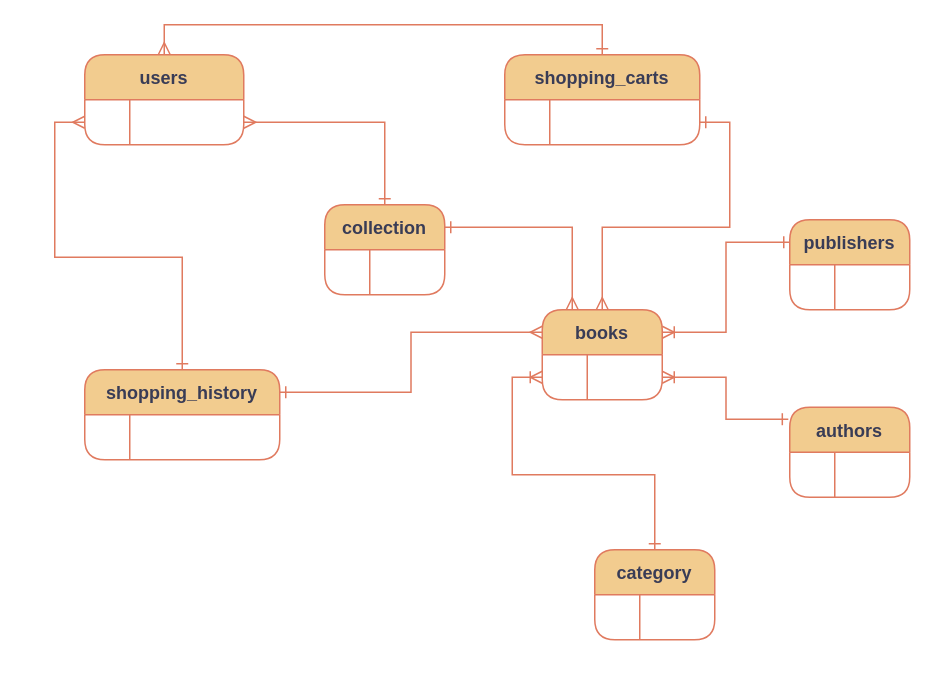
This is mysql/ERDiagram/concepts.drawio from lzh594/DBSEC2023-Lab3, a draw.io file, before an edit. Source tidied: cells renumbered, new cells numbered last; positions are measured from the earlier drawing's top-left corner, leaving out a move shared by most shapes. Both pictures are drawn from the tidied source at 150%, with x=0, y=0 at pixel (84, 54).
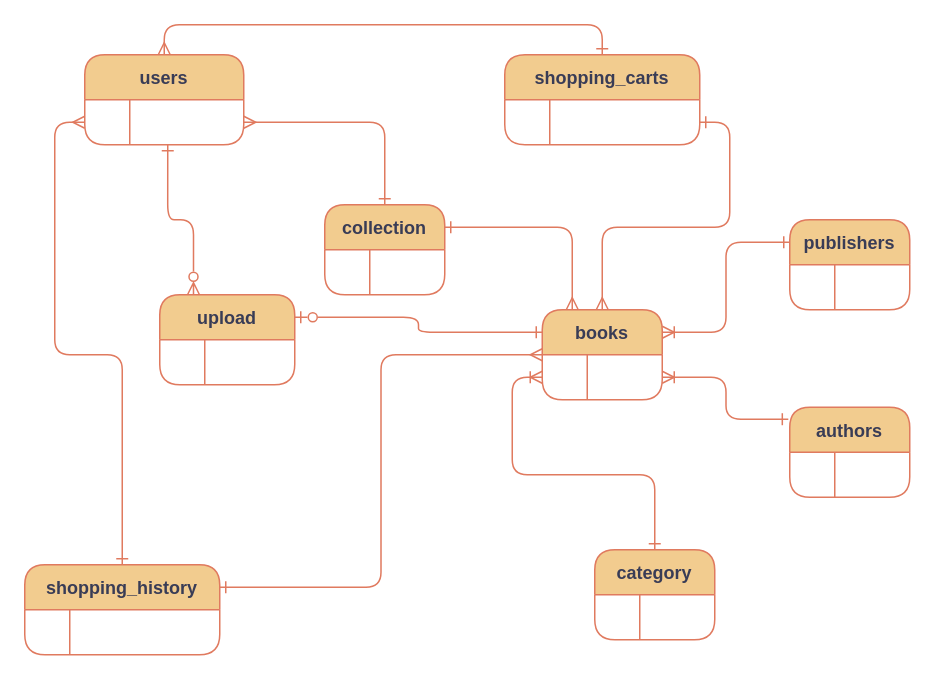
The same diagram, later.

The change refers to these unchanged cells:
```xml
<mxCell id="3" value="users" style="shape=table;startSize=30;childLayout=tableLayout;rowLines=0;fontStyle=1;align=center;labelBackgroundColor=none;fillColor=#F2CC8F;strokeColor=#E07A5F;fontColor=#393C56;rounded=1;" parent="1" vertex="1">
  <mxGeometry width="106" height="60" as="geometry" />
</mxCell>
<mxCell id="4" style="shape=tableRow;horizontal=0;startSize=0;swimlaneHead=0;swimlaneBody=0;fillColor=none;points=[[0,0.5],[1,0.5]];portConstraint=eastwest;strokeColor=#E07A5F;top=0;left=0;right=0;bottom=0;labelBackgroundColor=none;fontColor=#393C56;rounded=1;" parent="3" vertex="1">
  <mxGeometry y="30" width="106" height="30" as="geometry" />
</mxCell>
<mxCell id="7" value="shopping_carts" style="shape=table;startSize=30;childLayout=tableLayout;rowLines=0;fontStyle=1;align=center;labelBackgroundColor=none;fillColor=#F2CC8F;strokeColor=#E07A5F;fontColor=#393C56;rounded=1;" parent="1" vertex="1">
  <mxGeometry x="280" width="130" height="60" as="geometry" />
</mxCell>
<mxCell id="8" style="shape=tableRow;horizontal=0;startSize=0;swimlaneHead=0;swimlaneBody=0;fillColor=none;points=[[0,0.5],[1,0.5]];portConstraint=eastwest;strokeColor=#E07A5F;top=0;left=0;right=0;bottom=0;labelBackgroundColor=none;fontColor=#393C56;rounded=1;" parent="7" vertex="1">
  <mxGeometry y="30" width="130" height="30" as="geometry" />
</mxCell>
<mxCell id="12" value="books" style="shape=table;startSize=30;childLayout=tableLayout;rowLines=0;fontStyle=1;align=center;labelBackgroundColor=none;fillColor=#F2CC8F;strokeColor=#E07A5F;fontColor=#393C56;rounded=1;" parent="1" vertex="1">
  <mxGeometry x="305" y="170" width="80" height="60" as="geometry" />
</mxCell>
<mxCell id="13" style="shape=tableRow;horizontal=0;startSize=0;swimlaneHead=0;swimlaneBody=0;fillColor=none;points=[[0,0.5],[1,0.5]];portConstraint=eastwest;strokeColor=#E07A5F;top=0;left=0;right=0;bottom=0;labelBackgroundColor=none;fontColor=#393C56;rounded=1;" parent="12" vertex="1">
  <mxGeometry y="30" width="80" height="30" as="geometry" />
</mxCell>
<mxCell id="16" value="authors" style="shape=table;startSize=30;childLayout=tableLayout;rowLines=0;fontStyle=1;align=center;labelBackgroundColor=none;fillColor=#F2CC8F;strokeColor=#E07A5F;fontColor=#393C56;rounded=1;" parent="1" vertex="1">
  <mxGeometry x="470" y="235" width="80" height="60" as="geometry" />
</mxCell>
<mxCell id="20" value="publishers" style="shape=table;startSize=30;childLayout=tableLayout;rowLines=0;fontStyle=1;align=center;labelBackgroundColor=none;fillColor=#F2CC8F;strokeColor=#E07A5F;fontColor=#393C56;rounded=1;" parent="1" vertex="1">
  <mxGeometry x="470" y="110" width="80" height="60" as="geometry" />
</mxCell>
<mxCell id="29" value="category" style="shape=table;startSize=30;childLayout=tableLayout;rowLines=0;fontStyle=1;align=center;labelBackgroundColor=none;fillColor=#F2CC8F;strokeColor=#E07A5F;fontColor=#393C56;rounded=1;" parent="1" vertex="1">
  <mxGeometry x="340" y="330" width="80" height="60" as="geometry" />
</mxCell>
<mxCell id="34" value="collection" style="shape=table;startSize=30;childLayout=tableLayout;rowLines=0;fontStyle=1;align=center;labelBackgroundColor=none;fillColor=#F2CC8F;strokeColor=#E07A5F;fontColor=#393C56;rounded=1;" parent="1" vertex="1">
  <mxGeometry x="160" y="100" width="80" height="60" as="geometry" />
</mxCell>
```

The edit, as a diff of the source:
```diff
@@
-    <mxCell id="2" style="edgeStyle=orthogonalEdgeStyle;rounded=0;jettySize=auto;html=1;exitX=0.5;exitY=0;exitDx=0;exitDy=0;entryX=0.5;entryY=0;entryDx=0;entryDy=0;strokeColor=#E07A5F;fontColor=#393C56;fillColor=#F2CC8F;startArrow=ERmany;startFill=0;endArrow=ERone;endFill=0;" parent="1" edge="1" source="3" target="7">
+    <mxCell id="2" style="edgeStyle=orthogonalEdgeStyle;rounded=1;jettySize=auto;html=1;exitX=0.5;exitY=0;exitDx=0;exitDy=0;entryX=0.5;entryY=0;entryDx=0;entryDy=0;strokeColor=#E07A5F;fontColor=default;fillColor=#F2CC8F;startArrow=ERmany;startFill=0;endArrow=ERone;endFill=0;labelBackgroundColor=none;" parent="1" edge="1" source="3" target="7">
       <mxGeometry relative="1" as="geometry" />
     </mxCell>
@@
-    <mxCell id="11" style="edgeStyle=orthogonalEdgeStyle;rounded=0;jettySize=auto;html=1;exitX=1;exitY=0.25;exitDx=0;exitDy=0;entryX=0;entryY=0.25;entryDx=0;entryDy=0;startArrow=ERoneToMany;startFill=0;endArrow=ERone;endFill=0;labelBackgroundColor=none;strokeColor=#E07A5F;fontColor=default;" parent="1" edge="1" source="12" target="20">
+    <mxCell id="11" style="edgeStyle=orthogonalEdgeStyle;rounded=1;jettySize=auto;html=1;exitX=1;exitY=0.25;exitDx=0;exitDy=0;entryX=0;entryY=0.25;entryDx=0;entryDy=0;startArrow=ERoneToMany;startFill=0;endArrow=ERone;endFill=0;labelBackgroundColor=none;strokeColor=#E07A5F;fontColor=default;" parent="1" edge="1" source="12" target="20">
       <mxGeometry relative="1" as="geometry" />
     </mxCell>
@@
-    <mxCell id="24" style="edgeStyle=orthogonalEdgeStyle;rounded=0;jettySize=auto;html=1;exitX=1;exitY=0.25;exitDx=0;exitDy=0;entryX=0;entryY=0.25;entryDx=0;entryDy=0;startArrow=ERone;startFill=0;endArrow=ERmany;endFill=0;labelBackgroundColor=none;strokeColor=#E07A5F;fontColor=default;" parent="1" edge="1" source="25" target="12">
+    <mxCell id="24" style="edgeStyle=orthogonalEdgeStyle;rounded=1;jettySize=auto;html=1;exitX=1;exitY=0.25;exitDx=0;exitDy=0;entryX=0;entryY=0.5;entryDx=0;entryDy=0;startArrow=ERone;startFill=0;endArrow=ERmany;endFill=0;labelBackgroundColor=none;strokeColor=#E07A5F;fontColor=default;" parent="1" edge="1" source="25" target="12">
       <mxGeometry relative="1" as="geometry" />
     </mxCell>
     <mxCell id="25" value="shopping_history" style="shape=table;startSize=30;childLayout=tableLayout;rowLines=0;fontStyle=1;align=center;labelBackgroundColor=none;fillColor=#F2CC8F;strokeColor=#E07A5F;fontColor=#393C56;rounded=1;" parent="1" vertex="1">
-      <mxGeometry y="210" width="130" height="60" as="geometry" />
+      <mxGeometry x="-40" y="340" width="130" height="60" as="geometry" />
     </mxCell>
@@
-    <mxCell id="33" style="edgeStyle=orthogonalEdgeStyle;rounded=0;jettySize=auto;html=1;exitX=1;exitY=0.25;exitDx=0;exitDy=0;entryX=0.25;entryY=0;entryDx=0;entryDy=0;startArrow=ERone;startFill=0;endArrow=ERmany;endFill=0;labelBackgroundColor=none;strokeColor=#E07A5F;fontColor=default;" parent="1" edge="1" source="34" target="12">
+    <mxCell id="33" style="edgeStyle=orthogonalEdgeStyle;rounded=1;jettySize=auto;html=1;exitX=1;exitY=0.25;exitDx=0;exitDy=0;entryX=0.25;entryY=0;entryDx=0;entryDy=0;startArrow=ERone;startFill=0;endArrow=ERmany;endFill=0;labelBackgroundColor=none;strokeColor=#E07A5F;fontColor=default;" parent="1" edge="1" source="34" target="12">
       <mxGeometry relative="1" as="geometry" />
     </mxCell>
@@
-    <mxCell id="38" style="edgeStyle=orthogonalEdgeStyle;rounded=0;jettySize=auto;html=1;exitX=1;exitY=0.5;exitDx=0;exitDy=0;entryX=-0.012;entryY=0.133;entryDx=0;entryDy=0;entryPerimeter=0;startArrow=ERoneToMany;startFill=0;endArrow=ERone;endFill=0;labelBackgroundColor=none;strokeColor=#E07A5F;fontColor=default;" parent="1" edge="1" source="13" target="16">
+    <mxCell id="38" style="edgeStyle=orthogonalEdgeStyle;rounded=1;jettySize=auto;html=1;exitX=1;exitY=0.5;exitDx=0;exitDy=0;entryX=-0.012;entryY=0.133;entryDx=0;entryDy=0;entryPerimeter=0;startArrow=ERoneToMany;startFill=0;endArrow=ERone;endFill=0;labelBackgroundColor=none;strokeColor=#E07A5F;fontColor=default;" parent="1" edge="1" source="13" target="16">
       <mxGeometry relative="1" as="geometry" />
     </mxCell>
-    <mxCell id="39" style="edgeStyle=orthogonalEdgeStyle;rounded=0;jettySize=auto;html=1;exitX=0;exitY=0.5;exitDx=0;exitDy=0;entryX=0.5;entryY=0;entryDx=0;entryDy=0;startArrow=ERoneToMany;startFill=0;endArrow=ERone;endFill=0;labelBackgroundColor=none;strokeColor=#E07A5F;fontColor=default;" parent="1" edge="1" source="13" target="29">
+    <mxCell id="39" style="edgeStyle=orthogonalEdgeStyle;rounded=1;jettySize=auto;html=1;exitX=0;exitY=0.5;exitDx=0;exitDy=0;entryX=0.5;entryY=0;entryDx=0;entryDy=0;startArrow=ERoneToMany;startFill=0;endArrow=ERone;endFill=0;labelBackgroundColor=none;strokeColor=#E07A5F;fontColor=default;" parent="1" edge="1" source="13" target="29">
       <mxGeometry relative="1" as="geometry" />
     </mxCell>
-    <mxCell id="40" style="edgeStyle=orthogonalEdgeStyle;rounded=0;jettySize=auto;html=1;exitX=0;exitY=0.5;exitDx=0;exitDy=0;entryX=0.5;entryY=0;entryDx=0;entryDy=0;endArrow=ERone;endFill=0;startArrow=ERmany;startFill=0;labelBackgroundColor=none;strokeColor=#E07A5F;fontColor=default;" parent="1" edge="1" source="4" target="25">
+    <mxCell id="40" style="edgeStyle=orthogonalEdgeStyle;rounded=1;jettySize=auto;html=1;exitX=0;exitY=0.5;exitDx=0;exitDy=0;entryX=0.5;entryY=0;entryDx=0;entryDy=0;endArrow=ERone;endFill=0;startArrow=ERmany;startFill=0;labelBackgroundColor=none;strokeColor=#E07A5F;fontColor=default;" parent="1" edge="1" source="4" target="25">
       <mxGeometry relative="1" as="geometry" />
     </mxCell>
-    <mxCell id="41" style="edgeStyle=orthogonalEdgeStyle;rounded=0;jettySize=auto;html=1;exitX=1;exitY=0.5;exitDx=0;exitDy=0;entryX=0.5;entryY=0;entryDx=0;entryDy=0;strokeColor=#E07A5F;fontColor=#393C56;fillColor=#F2CC8F;endArrow=ERmany;endFill=0;startArrow=ERone;startFill=0;" parent="1" edge="1" source="8" target="12">
+    <mxCell id="41" style="edgeStyle=orthogonalEdgeStyle;rounded=1;jettySize=auto;html=1;exitX=1;exitY=0.5;exitDx=0;exitDy=0;entryX=0.5;entryY=0;entryDx=0;entryDy=0;strokeColor=#E07A5F;fontColor=default;fillColor=#F2CC8F;endArrow=ERmany;endFill=0;startArrow=ERone;startFill=0;labelBackgroundColor=none;" parent="1" edge="1" source="8" target="12">
       <mxGeometry relative="1" as="geometry" />
     </mxCell>
-    <mxCell id="42" style="edgeStyle=orthogonalEdgeStyle;rounded=0;jettySize=auto;html=1;exitX=1;exitY=0.5;exitDx=0;exitDy=0;strokeColor=#E07A5F;fontColor=#393C56;fillColor=#F2CC8F;startArrow=ERmany;startFill=0;endArrow=ERone;endFill=0;" parent="1" edge="1" source="4" target="34">
+    <mxCell id="42" style="edgeStyle=orthogonalEdgeStyle;rounded=1;jettySize=auto;html=1;exitX=1;exitY=0.5;exitDx=0;exitDy=0;strokeColor=#E07A5F;fontColor=default;fillColor=#F2CC8F;startArrow=ERmany;startFill=0;endArrow=ERone;endFill=0;labelBackgroundColor=none;" parent="1" edge="1" source="4" target="34">
       <mxGeometry relative="1" as="geometry" />
     </mxCell>
+    <mxCell id="43" style="edgeStyle=orthogonalEdgeStyle;rounded=1;jettySize=auto;html=1;exitX=1;exitY=0.25;exitDx=0;exitDy=0;entryX=0;entryY=0.25;entryDx=0;entryDy=0;strokeColor=#E07A5F;fontColor=#393C56;fillColor=#F2CC8F;startArrow=ERzeroToOne;startFill=0;endArrow=ERone;endFill=0;" parent="1" edge="1" source="44" target="12">
+      <mxGeometry relative="1" as="geometry" />
+    </mxCell>
+    <mxCell id="44" value="upload" style="shape=table;startSize=30;childLayout=tableLayout;rowLines=0;fontStyle=1;align=center;rounded=1;labelBackgroundColor=none;fillColor=#F2CC8F;strokeColor=#E07A5F;fontColor=#393C56;" parent="1" vertex="1">
+      <mxGeometry x="50" y="160" width="90" height="60" as="geometry" />
+    </mxCell>
+    <mxCell id="45" style="shape=tableRow;horizontal=0;startSize=0;swimlaneHead=0;swimlaneBody=0;fillColor=none;strokeColor=#E07A5F;top=0;left=0;right=0;bottom=0;rounded=1;labelBackgroundColor=none;fontColor=#393C56;" parent="44" vertex="1">
+      <mxGeometry y="30" width="90" height="30" as="geometry" />
+    </mxCell>
+    <mxCell id="46" style="shape=partialRectangle;overflow=hidden;fillColor=none;strokeColor=#E07A5F;top=0;left=0;bottom=0;right=0;rounded=1;labelBackgroundColor=none;fontColor=#393C56;" parent="45" vertex="1">
+      <mxGeometry width="30" height="30" as="geometry" />
+    </mxCell>
+    <mxCell id="47" style="shape=partialRectangle;overflow=hidden;fillColor=none;align=left;strokeColor=#E07A5F;top=0;left=0;bottom=0;right=0;spacingLeft=6;rounded=1;labelBackgroundColor=none;fontColor=#393C56;" parent="45" vertex="1">
+      <mxGeometry x="30" width="60" height="30" as="geometry" />
+    </mxCell>
+    <mxCell id="48" style="edgeStyle=orthogonalEdgeStyle;rounded=1;jettySize=auto;html=1;exitX=0.25;exitY=0;exitDx=0;exitDy=0;entryX=0.522;entryY=1;entryDx=0;entryDy=0;entryPerimeter=0;strokeColor=#E07A5F;fontColor=#393C56;fillColor=#F2CC8F;startArrow=ERzeroToMany;startFill=0;endArrow=ERone;endFill=0;" parent="1" edge="1" source="44" target="4">
+      <mxGeometry relative="1" as="geometry" />
+    </mxCell>
```
